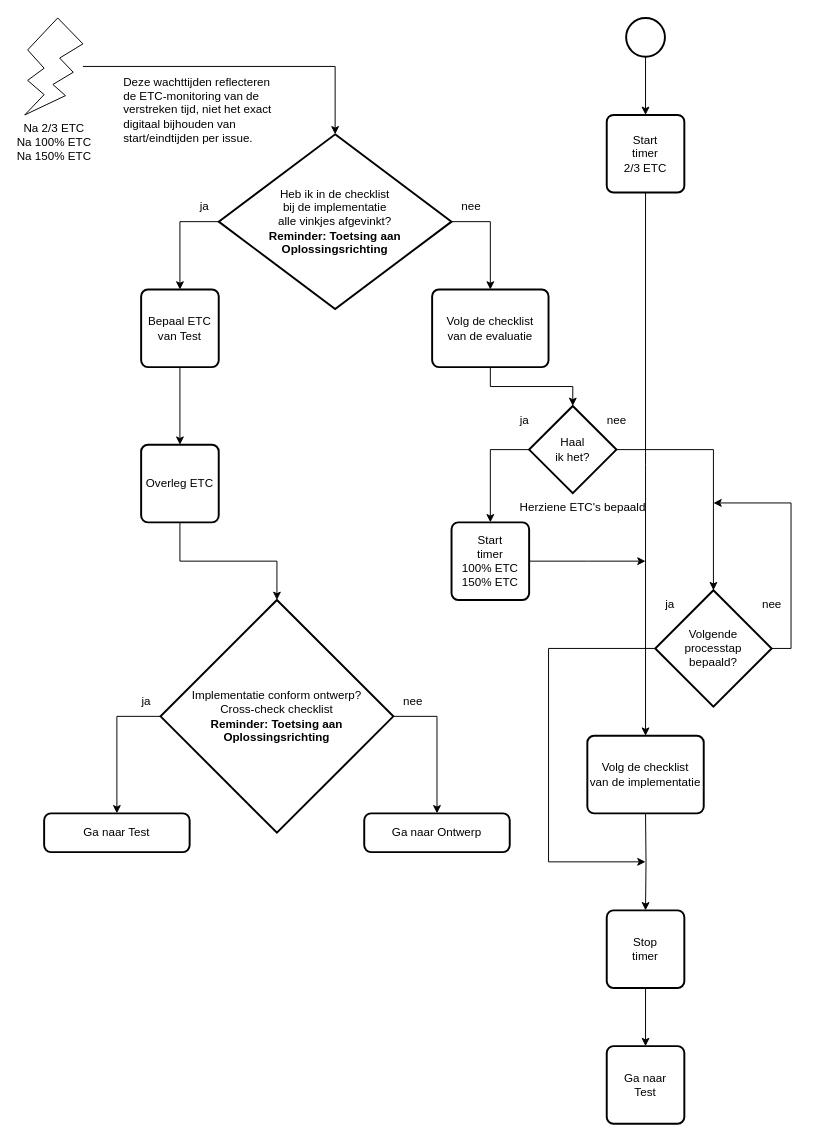
Earlier version of the draw.io diagram 4 Issue Tracker implementatie.drawio (Zaibatsu89/IssueTracker). Source tidied: cells renumbered, new cells numbered last; positions are measured from the earlier drawing's top-left corner, leaving out a move shared by most shapes. Both pictures are drawn from the tidied source at 97%, with x=0, y=0 at pixel (24, 17).
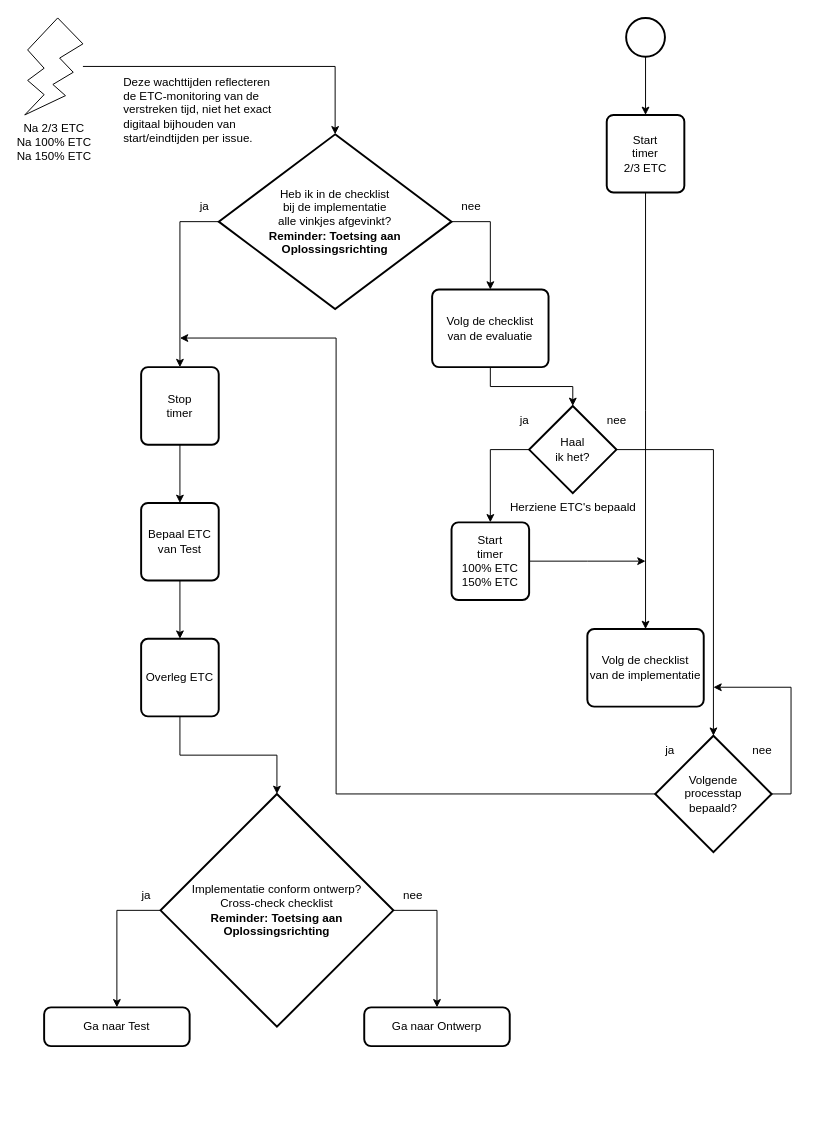
The same diagram, later.

Commit message (it also covers changes not shown here):
Verplaats "Heb ik in de checklist bij de intake alle vinkjes afgevinkt?" van "Volg de checklist van de intake" naar "Bevindingen delen" in flowcharts

The change refers to these unchanged cells:
```xml
<mxCell id="6" value="Heb ik in de checklist&lt;br&gt;bij de implementatie&lt;br&gt;alle vinkjes afgevinkt?&lt;br&gt;&lt;b&gt;Reminder: Toetsing aan&lt;br&gt;Oplossingsrichting&lt;/b&gt;" style="strokeWidth=2;html=1;shape=mxgraph.flowchart.decision;whiteSpace=wrap;" parent="1" vertex="1">
  <mxGeometry x="200" y="120" width="240" height="180" as="geometry" />
</mxCell>
<mxCell id="13" value="Start&lt;br&gt;timer&lt;br&gt;2/3 ETC" style="rounded=1;whiteSpace=wrap;html=1;absoluteArcSize=1;arcSize=14;strokeWidth=2;" parent="1" vertex="1">
  <mxGeometry x="600" y="100" width="80" height="80" as="geometry" />
</mxCell>
```

What changed in the source:
```diff
@@
-    <mxCell id="5" style="edgeStyle=orthogonalEdgeStyle;rounded=0;jettySize=auto;html=1;exitX=0;exitY=0.5;exitDx=0;exitDy=0;exitPerimeter=0;entryX=0.5;entryY=0;entryDx=0;entryDy=0;" parent="1" edge="1" source="6" target="27">
-      <mxGeometry relative="1" as="geometry" />
-    </mxCell>
+    <mxCell id="45" style="edgeStyle=orthogonalEdgeStyle;rounded=0;jettySize=auto;html=1;entryX=0.5;entryY=0;entryDx=0;entryDy=0;exitX=0;exitY=0.5;exitDx=0;exitDy=0;exitPerimeter=0;" parent="1" edge="1" source="6" target="21">
+      <mxGeometry relative="1" as="geometry" />
+    </mxCell>
@@
-    <mxCell id="8" style="edgeStyle=orthogonalEdgeStyle;rounded=0;jettySize=auto;html=1;" parent="1" edge="1" target="21">
-      <mxGeometry relative="1" as="geometry">
-        <mxPoint x="640" y="820" as="sourcePoint" />
-      </mxGeometry>
-    </mxCell>
     <mxCell id="9" value="Volg de checklist&lt;br&gt;van de implementatie" style="rounded=1;whiteSpace=wrap;html=1;absoluteArcSize=1;arcSize=14;strokeWidth=2;" parent="1" vertex="1">
-      <mxGeometry x="580" y="740" width="120" height="80" as="geometry" />
+      <mxGeometry x="580" y="630" width="120" height="80" as="geometry" />
     </mxCell>
-    <mxCell id="10" value="Ga naar&lt;br&gt;Test" style="rounded=1;whiteSpace=wrap;html=1;absoluteArcSize=1;arcSize=14;strokeWidth=2;" parent="1" vertex="1">
-      <mxGeometry x="600" y="1060" width="80" height="80" as="geometry" />
-    </mxCell>
     <mxCell id="11" value="Herziene ETC's bepaald" style="text;html=1;align=center;verticalAlign=middle;strokeColor=none;fillColor=none;" parent="1" vertex="1">
-      <mxGeometry x="500" y="490" width="150" height="30" as="geometry" />
+      <mxGeometry x="490" y="490" width="150" height="30" as="geometry" />
     </mxCell>
-    <mxCell id="12" style="edgeStyle=orthogonalEdgeStyle;rounded=0;jettySize=auto;html=1;entryX=0.5;entryY=0;entryDx=0;entryDy=0;" parent="1" edge="1" source="13">
+    <mxCell id="12" style="edgeStyle=orthogonalEdgeStyle;rounded=0;jettySize=auto;html=1;" parent="1" edge="1" source="13">
       <mxGeometry relative="1" as="geometry">
-        <mxPoint x="640" y="740" as="targetPoint" />
+        <mxPoint x="640" y="630" as="targetPoint" />
       </mxGeometry>
     </mxCell>
@@
-    <mxCell id="20" style="edgeStyle=orthogonalEdgeStyle;rounded=0;jettySize=auto;html=1;exitX=0.5;exitY=1;exitDx=0;exitDy=0;entryX=0.5;entryY=0;entryDx=0;entryDy=0;" parent="1" edge="1" source="21" target="10">
-      <mxGeometry relative="1" as="geometry" />
-    </mxCell>
+    <mxCell id="46" style="edgeStyle=orthogonalEdgeStyle;rounded=0;jettySize=auto;html=1;" parent="1" edge="1" source="21" target="27">
+      <mxGeometry relative="1" as="geometry" />
+    </mxCell>
     <mxCell id="21" value="Stop&lt;br&gt;timer" style="rounded=1;whiteSpace=wrap;html=1;absoluteArcSize=1;arcSize=14;strokeWidth=2;" parent="1" vertex="1">
-      <mxGeometry x="600" y="920" width="80" height="80" as="geometry" />
+      <mxGeometry x="120" y="360" width="80" height="80" as="geometry" />
     </mxCell>
@@
     <mxCell id="27" value="Bepaal ETC&lt;br&gt;van Test" style="rounded=1;whiteSpace=wrap;html=1;absoluteArcSize=1;arcSize=14;strokeWidth=2;" parent="1" vertex="1">
-      <mxGeometry x="120" y="280" width="80" height="80" as="geometry" />
+      <mxGeometry x="120" y="500" width="80" height="80" as="geometry" />
     </mxCell>
@@
     <mxCell id="31" value="Implementatie conform ontwerp?&lt;br&gt;Cross-check checklist&lt;br&gt;&lt;b&gt;Reminder: Toetsing aan Oplossingsrichting&lt;/b&gt;" style="strokeWidth=2;html=1;shape=mxgraph.flowchart.decision;whiteSpace=wrap;" parent="1" vertex="1">
-      <mxGeometry x="140" y="600" width="240" height="240" as="geometry" />
+      <mxGeometry x="140" y="800" width="240" height="240" as="geometry" />
     </mxCell>
     <mxCell id="32" value="Ga naar Test" style="rounded=1;whiteSpace=wrap;html=1;absoluteArcSize=1;arcSize=14;strokeWidth=2;" parent="1" vertex="1">
-      <mxGeometry x="20" y="820" width="150" height="40" as="geometry" />
+      <mxGeometry x="20" y="1020" width="150" height="40" as="geometry" />
     </mxCell>
@@
     <mxCell id="34" value="Ga naar Ontwerp" style="rounded=1;whiteSpace=wrap;html=1;absoluteArcSize=1;arcSize=14;strokeWidth=2;" parent="1" vertex="1">
-      <mxGeometry x="350" y="820" width="150" height="40" as="geometry" />
+      <mxGeometry x="350" y="1020" width="150" height="40" as="geometry" />
     </mxCell>
     <mxCell id="35" value="nee" style="text;html=1;align=center;verticalAlign=middle;strokeColor=none;fillColor=none;" parent="1" vertex="1">
-      <mxGeometry x="380" y="690" width="40" height="30" as="geometry" />
+      <mxGeometry x="380" y="890" width="40" height="30" as="geometry" />
     </mxCell>
     <mxCell id="36" value="Overleg ETC" style="rounded=1;whiteSpace=wrap;html=1;absoluteArcSize=1;arcSize=14;strokeWidth=2;" parent="1" vertex="1">
-      <mxGeometry x="120" y="440" width="80" height="80" as="geometry" />
+      <mxGeometry x="120" y="640" width="80" height="80" as="geometry" />
     </mxCell>
@@
     <mxCell id="38" style="edgeStyle=orthogonalEdgeStyle;rounded=0;jettySize=auto;html=1;exitX=1;exitY=0.5;exitDx=0;exitDy=0;exitPerimeter=0;" parent="1" edge="1" source="40">
       <mxGeometry relative="1" as="geometry">
-        <mxPoint x="710" y="500" as="targetPoint" />
+        <mxPoint x="710" y="690" as="targetPoint" />
         <Array as="points">
-          <mxPoint x="790" y="650" />
-          <mxPoint x="790" y="500" />
+          <mxPoint x="790" y="800" />
+          <mxPoint x="790" y="690" />
+          <mxPoint x="710" y="690" />
         </Array>
       </mxGeometry>
     </mxCell>
-    <mxCell id="39" style="edgeStyle=orthogonalEdgeStyle;rounded=0;jettySize=auto;html=1;exitX=0;exitY=0.5;exitDx=0;exitDy=0;exitPerimeter=0;" parent="1" edge="1" source="40">
-      <mxGeometry relative="1" as="geometry">
-        <mxPoint x="640" y="870" as="targetPoint" />
-        <Array as="points">
-          <mxPoint x="540" y="650" />
-        </Array>
-      </mxGeometry>
-    </mxCell>
+    <mxCell id="47" style="edgeStyle=orthogonalEdgeStyle;rounded=0;jettySize=auto;html=1;exitX=0;exitY=0.5;exitDx=0;exitDy=0;exitPerimeter=0;" parent="1" edge="1" source="40">
+      <mxGeometry relative="1" as="geometry">
+        <mxPoint x="160" y="330" as="targetPoint" />
+        <Array as="points">
+          <mxPoint x="650" y="800" />
+          <mxPoint x="321" y="800" />
+          <mxPoint x="321" y="330" />
+        </Array>
+      </mxGeometry>
+    </mxCell>
     <mxCell id="40" value="Volgende&lt;br&gt;processtap&lt;br&gt;bepaald?" style="strokeWidth=2;html=1;shape=mxgraph.flowchart.decision;whiteSpace=wrap;" parent="1" vertex="1">
-      <mxGeometry x="650" y="590" width="120" height="120" as="geometry" />
+      <mxGeometry x="650" y="740" width="120" height="120" as="geometry" />
     </mxCell>
@@
     <mxCell id="43" value="nee" style="text;html=1;align=center;verticalAlign=middle;strokeColor=none;fillColor=none;" parent="1" vertex="1">
-      <mxGeometry x="750" y="590" width="40" height="30" as="geometry" />
+      <mxGeometry x="740" y="740" width="40" height="30" as="geometry" />
     </mxCell>
     <mxCell id="44" value="ja" style="text;html=1;align=center;verticalAlign=middle;strokeColor=none;fillColor=none;" parent="1" vertex="1">
-      <mxGeometry x="650" y="590" width="30" height="30" as="geometry" />
+      <mxGeometry x="650" y="740" width="30" height="30" as="geometry" />
     </mxCell>
+    <mxCell id="48" value="ja" style="text;html=1;align=center;verticalAlign=middle;strokeColor=none;fillColor=none;" parent="1" vertex="1">
+      <mxGeometry x="110" y="890" width="30" height="30" as="geometry" />
+    </mxCell>
```
